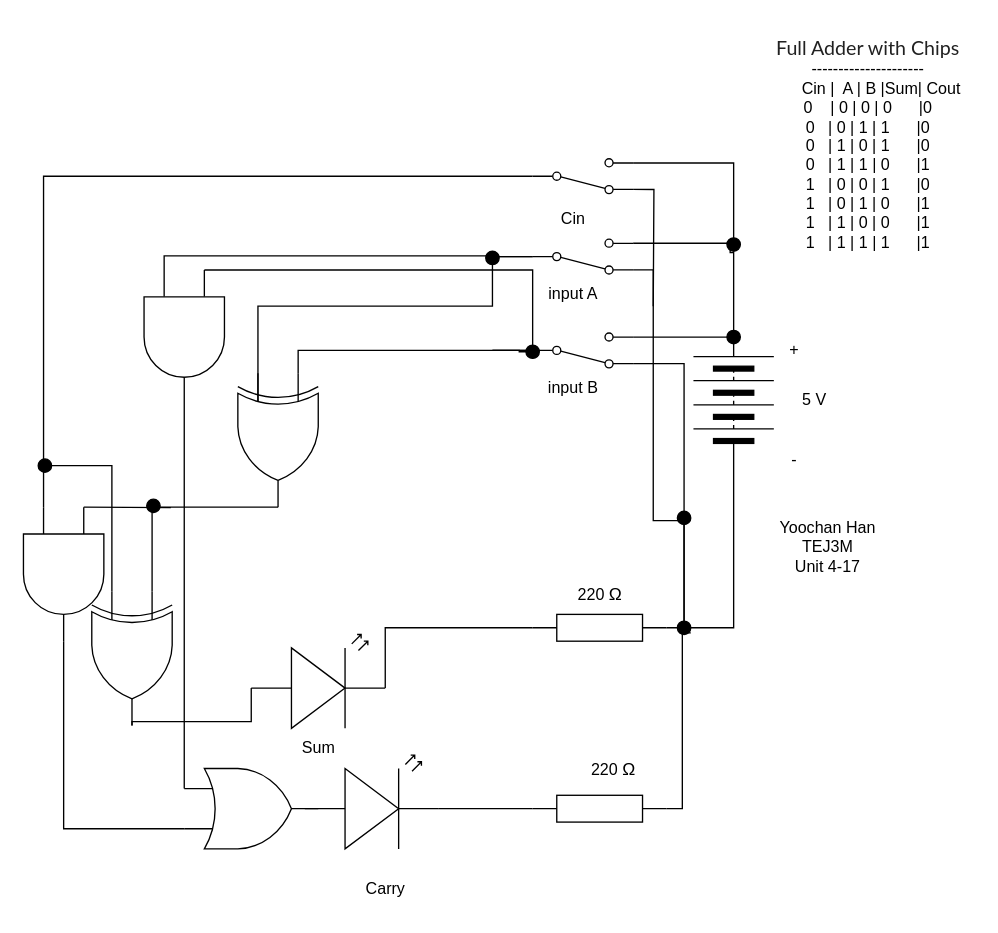
yoochan-han/TEJ3M-Unit4 keeps this draw.io diagram as Unit4-18/schematic_diagram.drawio. Above is the earlier version. Source tidied: cells renumbered, new cells numbered last; positions are measured from the earlier drawing's top-left corner, leaving out a move shared by most shapes. Both pictures are drawn from the tidied source at 134%, with x=0, y=0 at pixel (-4, 23).
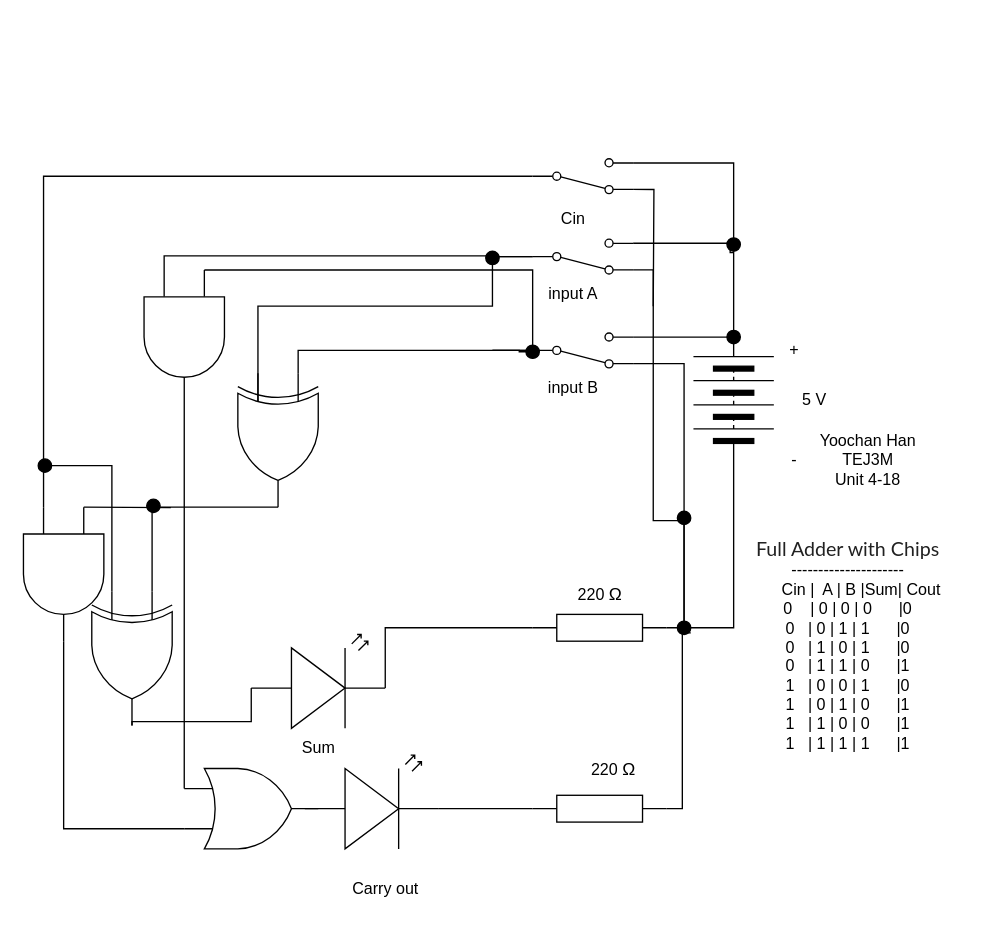
After the change.

The edit, as a diff of the source:
```diff
@@
-    <mxCell id="2" value="Yoochan Han&lt;br&gt;TEJ3M&lt;br&gt;Unit 4-17" style="text;html=1;align=center;verticalAlign=middle;strokeColor=none;fillColor=none;" parent="1" vertex="1">
-      <mxGeometry x="570" y="361" width="100" height="60" as="geometry" />
+    <mxCell id="2" value="Yoochan Han&lt;br&gt;TEJ3M&lt;br&gt;Unit 4-18" style="text;html=1;align=center;verticalAlign=middle;strokeColor=none;fillColor=none;" parent="1" vertex="1">
+      <mxGeometry x="600" y="296" width="100" height="60" as="geometry" />
     </mxCell>
@@
     <mxCell id="15" value="&lt;span style=&quot;box-sizing: border-box; color: rgb(33, 33, 33); font-family: Lato, sans-serif; font-size: 14.6667px; font-variant-numeric: normal; font-variant-east-asian: normal; font-variant-alternates: normal; font-variant-position: normal; font-variant-emoji: normal; text-align: start; text-wrap-mode: wrap;&quot; class=&quot;C9DxTc&quot;&gt;Full Adder with Chips&lt;br&gt;&lt;/span&gt;---------------------&lt;br&gt;&lt;span style=&quot;color: rgb(0, 0, 0);&quot;&gt;&amp;nbsp; &amp;nbsp; &amp;nbsp; Cin |&amp;nbsp; A | B&lt;/span&gt;&lt;span style=&quot;color: rgb(0, 0, 0); scrollbar-color: rgb(226, 226, 226) rgb(251, 251, 251);&quot;&gt;&amp;nbsp;|Sum| Cout&lt;/span&gt;&lt;br&gt;0&amp;nbsp; &amp;nbsp; | 0 | 0&lt;span style=&quot;color: rgb(0, 0, 0);&quot;&gt;&amp;nbsp;| 0&amp;nbsp; &amp;nbsp; &amp;nbsp; |0&lt;/span&gt;&lt;br&gt;&lt;span style=&quot;color: rgb(0, 0, 0);&quot;&gt;0&amp;nbsp; &amp;nbsp;| 0 | 1&lt;/span&gt;&lt;span style=&quot;color: rgb(0, 0, 0); scrollbar-color: rgb(226, 226, 226) rgb(251, 251, 251);&quot;&gt;&amp;nbsp;| 1&amp;nbsp; &amp;nbsp; &amp;nbsp; |0&lt;br&gt;&lt;span style=&quot;color: rgb(0, 0, 0);&quot;&gt;0&amp;nbsp; &amp;nbsp;| 1 | 0&lt;/span&gt;&lt;span style=&quot;color: rgb(0, 0, 0); scrollbar-color: rgb(226, 226, 226) rgb(251, 251, 251);&quot;&gt;&amp;nbsp;| 1&amp;nbsp; &amp;nbsp; &amp;nbsp; |0&lt;br&gt;&lt;span style=&quot;color: rgb(0, 0, 0);&quot;&gt;0&amp;nbsp; &amp;nbsp;|&amp;nbsp;&lt;/span&gt;&lt;/span&gt;&lt;/span&gt;&lt;span style=&quot;background-color: transparent; color: rgb(0, 0, 0);&quot;&gt;1 | 1&lt;/span&gt;&lt;span style=&quot;background-color: transparent; scrollbar-color: rgb(226, 226, 226) rgb(251, 251, 251); color: rgb(0, 0, 0);&quot;&gt;&amp;nbsp;| 0&amp;nbsp; &amp;nbsp; &amp;nbsp; |1&lt;/span&gt;&lt;div&gt;&lt;span style=&quot;background-color: transparent; scrollbar-color: rgb(226, 226, 226) rgb(251, 251, 251); color: rgb(0, 0, 0);&quot;&gt;&lt;span style=&quot;color: rgb(0, 0, 0);&quot;&gt;1&amp;nbsp; &amp;nbsp;| 0 | 0&lt;/span&gt;&lt;span style=&quot;scrollbar-color: rgb(226, 226, 226) rgb(251, 251, 251); color: rgb(0, 0, 0);&quot;&gt;&amp;nbsp;| 1&amp;nbsp; &amp;nbsp; &amp;nbsp; |0&lt;/span&gt;&lt;br style=&quot;color: rgb(63, 63, 63); scrollbar-color: rgb(226, 226, 226) rgb(251, 251, 251);&quot;&gt;&lt;span style=&quot;scrollbar-color: rgb(226, 226, 226) rgb(251, 251, 251); color: rgb(0, 0, 0);&quot;&gt;1&amp;nbsp; &amp;nbsp;| 0 | 1&lt;/span&gt;&lt;span style=&quot;scrollbar-color: rgb(226, 226, 226) rgb(251, 251, 251); color: rgb(0, 0, 0);&quot;&gt;&amp;nbsp;| 0&amp;nbsp; &amp;nbsp; &amp;nbsp; |1&lt;br style=&quot;color: rgb(63, 63, 63); scrollbar-color: rgb(226, 226, 226) rgb(251, 251, 251);&quot;&gt;&lt;span style=&quot;scrollbar-color: rgb(226, 226, 226) rgb(251, 251, 251); color: rgb(0, 0, 0);&quot;&gt;1&amp;nbsp; &amp;nbsp;| 1 | 0&lt;/span&gt;&lt;span style=&quot;scrollbar-color: rgb(226, 226, 226) rgb(251, 251, 251); color: rgb(0, 0, 0);&quot;&gt;&amp;nbsp;| 0&amp;nbsp; &amp;nbsp; &amp;nbsp; |1&lt;br style=&quot;color: rgb(63, 63, 63); scrollbar-color: rgb(226, 226, 226) rgb(251, 251, 251);&quot;&gt;&lt;span style=&quot;scrollbar-color: rgb(226, 226, 226) rgb(251, 251, 251); color: rgb(0, 0, 0);&quot;&gt;1&amp;nbsp; &amp;nbsp;|&amp;nbsp;&lt;/span&gt;&lt;/span&gt;&lt;/span&gt;&lt;span style=&quot;color: rgb(0, 0, 0); scrollbar-color: rgb(226, 226, 226) rgb(251, 251, 251); background-color: transparent;&quot;&gt;1 | 1&lt;/span&gt;&lt;span style=&quot;color: rgb(0, 0, 0); scrollbar-color: rgb(226, 226, 226) rgb(251, 251, 251); background-color: transparent;&quot;&gt;&amp;nbsp;| 1&amp;nbsp; &amp;nbsp; &amp;nbsp; |1&lt;/span&gt;&lt;/span&gt;&lt;/div&gt;" style="text;html=1;align=center;verticalAlign=middle;strokeColor=none;fillColor=none;" parent="1" vertex="1">
-      <mxGeometry x="570" width="160" height="180" as="geometry" />
+      <mxGeometry x="555" y="374" width="160" height="180" as="geometry" />
     </mxCell>
@@
-    <mxCell id="39" value="Carry" style="text;html=1;align=center;verticalAlign=middle;strokeColor=none;fillColor=none;" parent="1" vertex="1">
-      <mxGeometry x="265" y="631" width="50" height="30" as="geometry" />
+    <mxCell id="39" value="Carry out" style="text;html=1;align=center;verticalAlign=middle;strokeColor=none;fillColor=none;" parent="1" vertex="1">
+      <mxGeometry x="255" y="631" width="70" height="30" as="geometry" />
     </mxCell>
```
